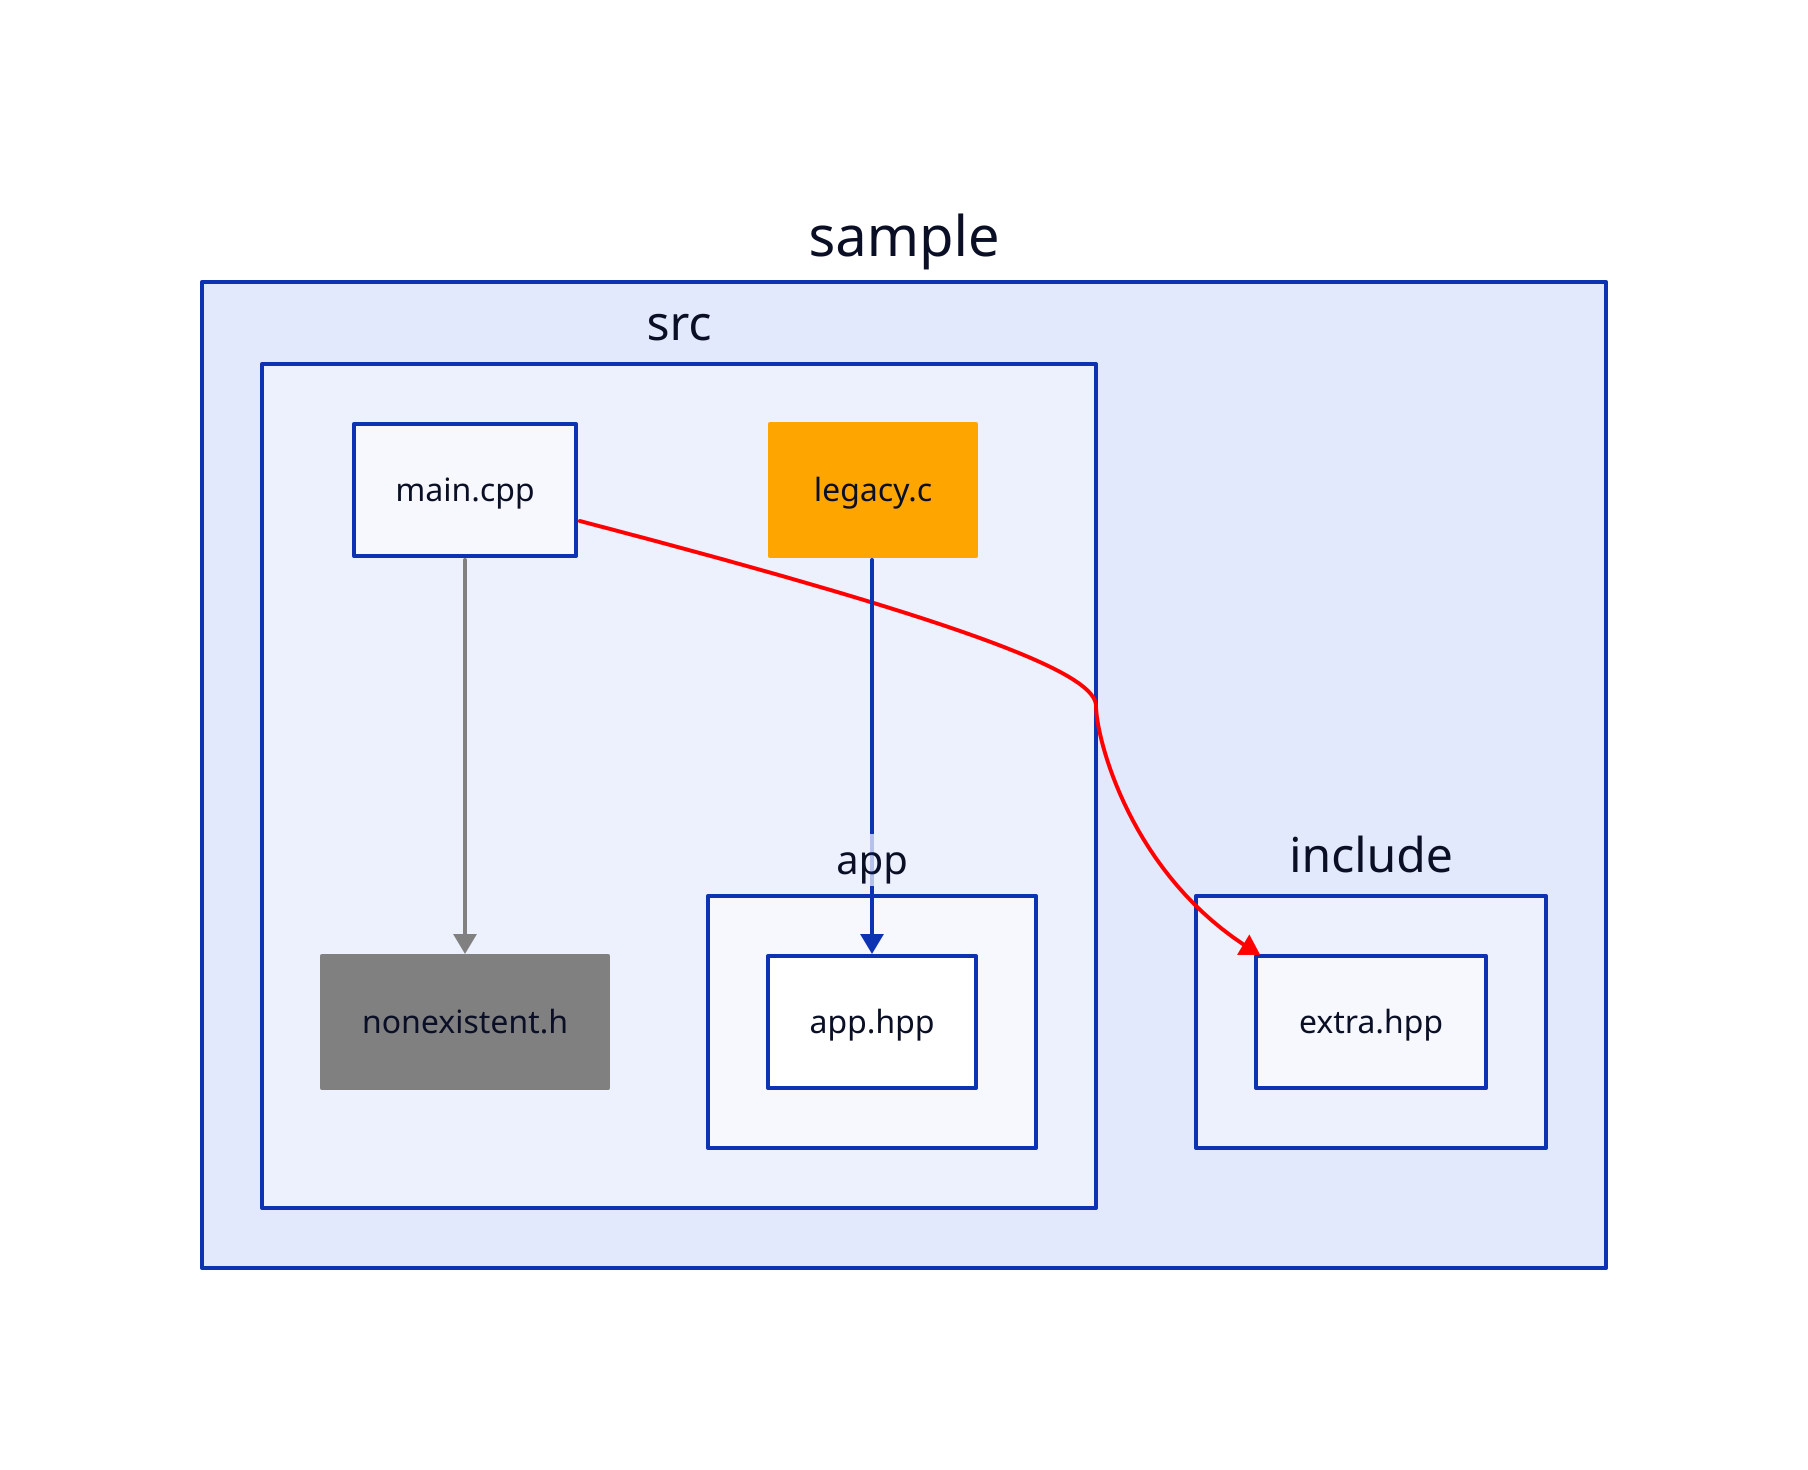
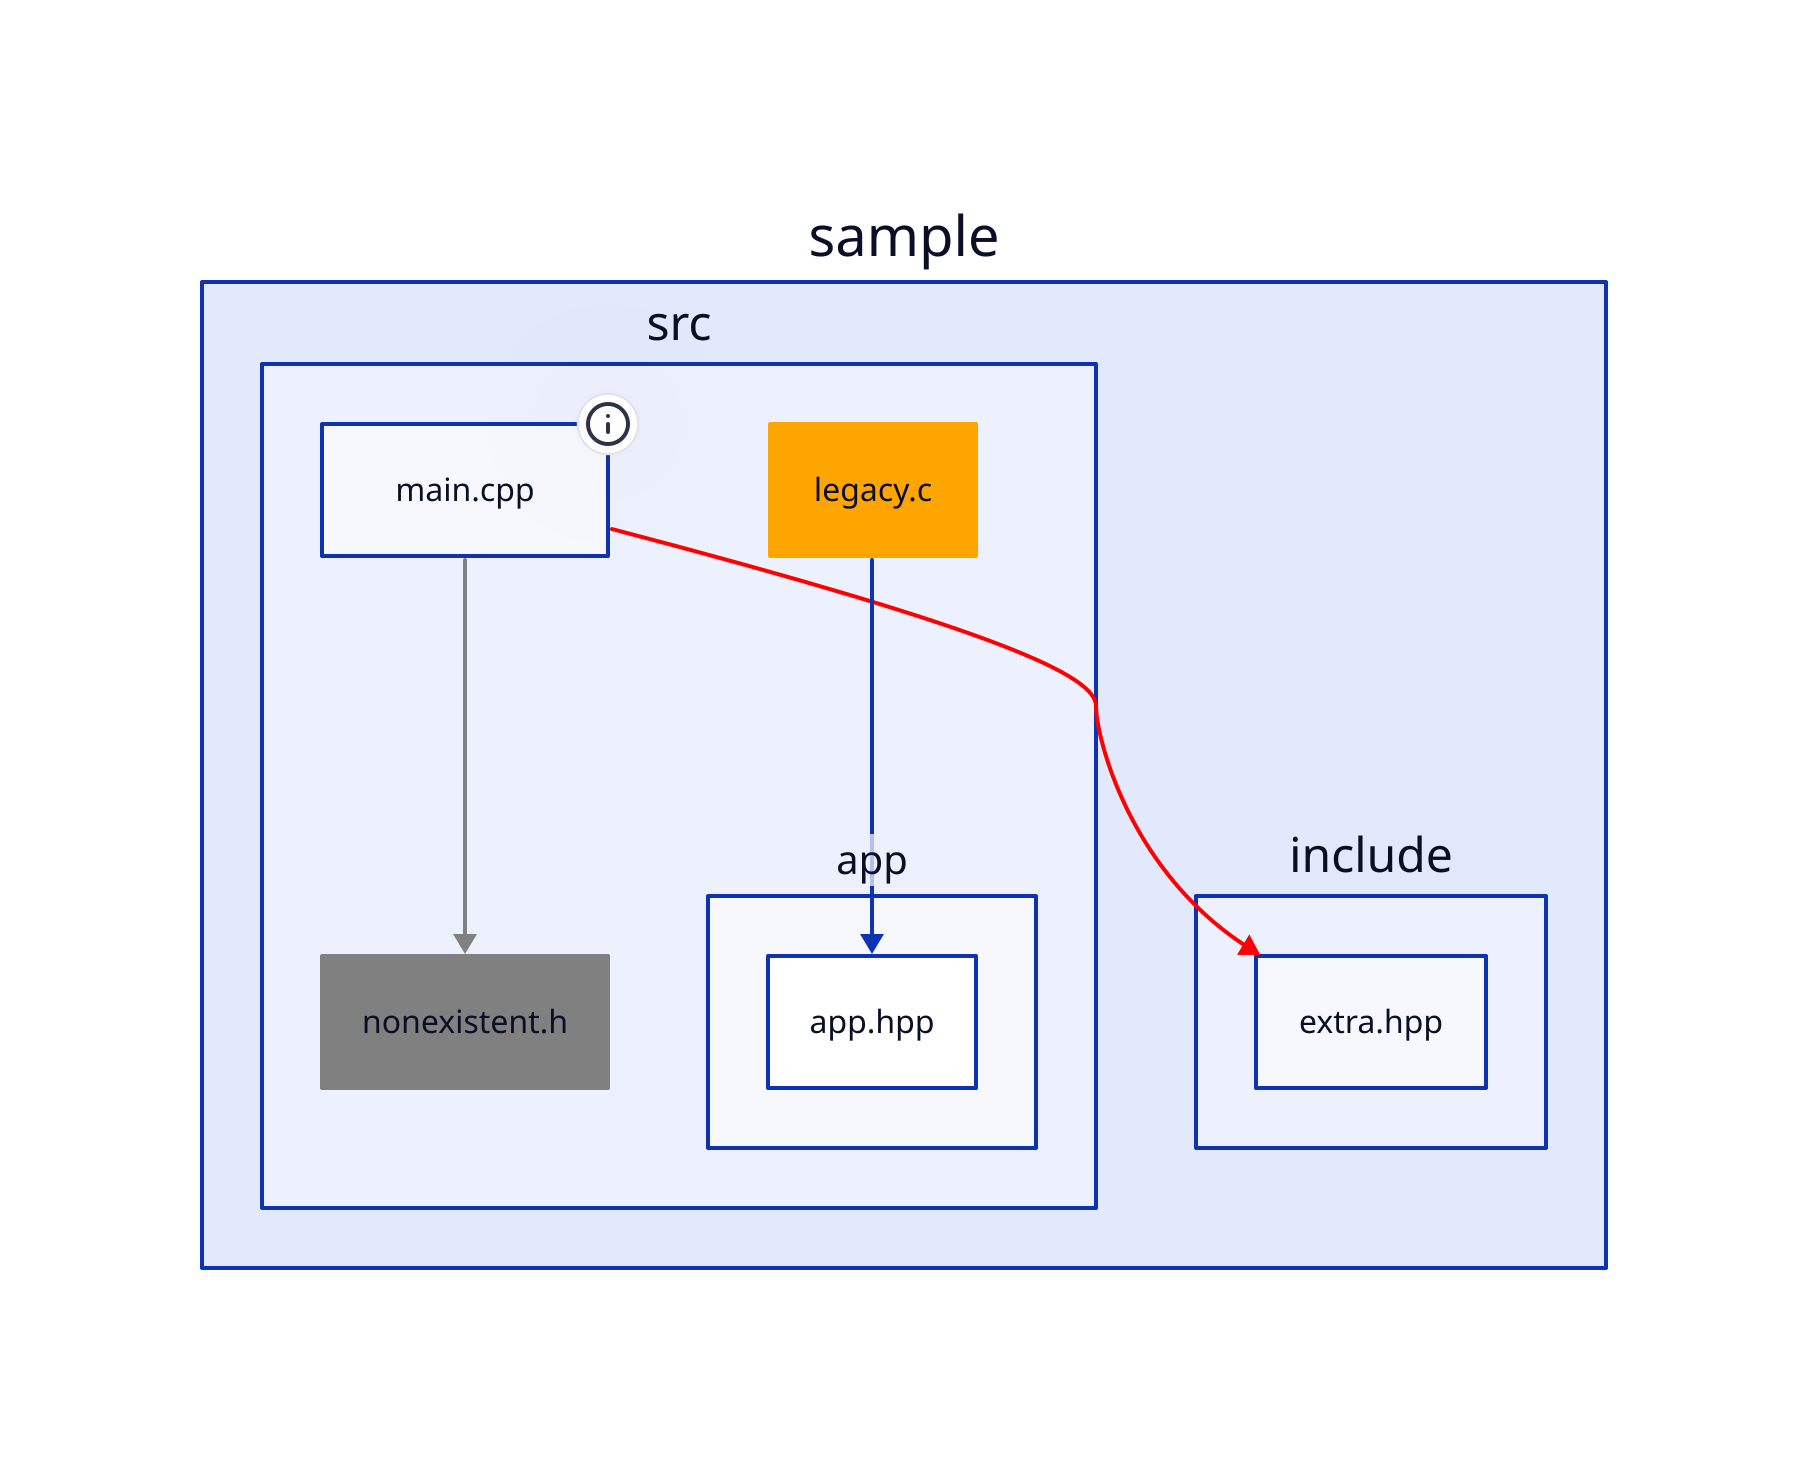
# CppDepScan sample/src -g sample/src -I sample/include -A sample/src/main.cpp sample/src -A sample/src/app sample/src/app -A sample/src/lib sample/src/lib -o result/ignored_group.d2

classes: {
  forbidden: {
    style: {
      stroke: "red"
    }
  }
  unspecified: {
    style: {
      stroke: "orange"
      fill: "orange"
    }
  }
  unresolved: {
    style: {
      stroke: "gray"
      fill: "gray"
    }
  }
}
vars: {
  d2-legend: {
    a: {
      label: Specified
    }
    b: Unspecified {
      label: Unspecified
      class: unspecified
    }
    c: Unresolved {
      label: Unresolved
      class: unresolved
    }
    a -> b: Allowed
    a -> b: Forbidden {
      class: forbidden
    }
    a -> b: Unresolved {
      class: unresolved
    }
  }
}

# specified include list:

# files:
sample.src
- sample.src."main.cpp"
+ sample.src."main.cpp": main.cpp {tooltip: part of "sample/src/main.cpp", can include: "sample/src"}

# allowed:

# forbidden:
sample.src."main.cpp" -> sample.include."extra.hpp": {class: forbidden}

# unresolved:
sample.src."nonexistent.h".class: unresolved
sample.src."main.cpp" -> sample.src."nonexistent.h": {class: unresolved}

# unspecified include list:

# files:
sample.src."legacy.c".class: unspecified

# resolved:
sample.src."legacy.c" -> sample.src.app."app.hpp"
